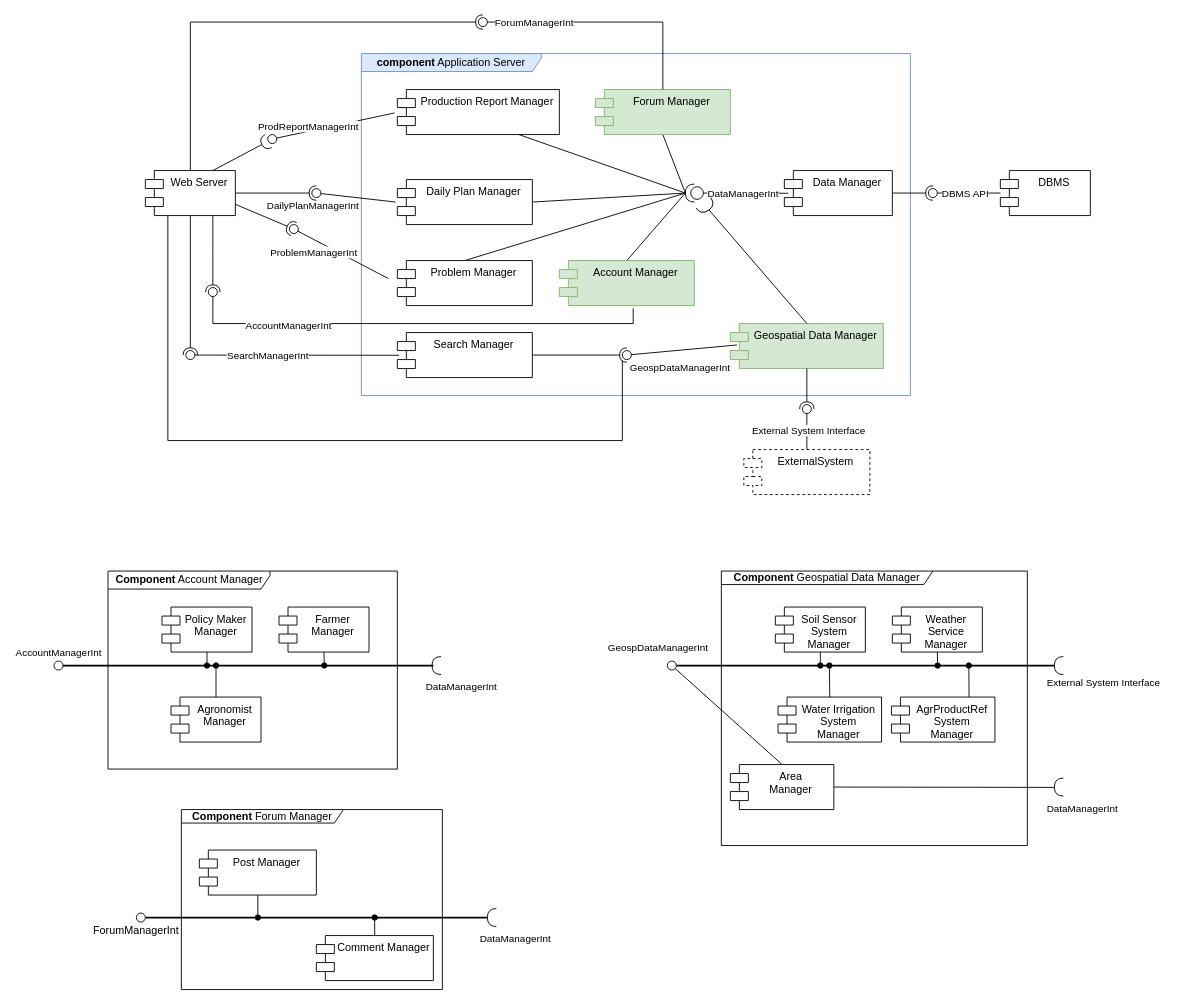
Above: page "Application Server" (2 of 4) of DD/diagrams/component.drawio in ictar/DREAM-SE2-Project-2022 (draw.io), before the change. Source tidied: cells renumbered, new cells numbered last; positions are measured from the earlier drawing's top-left corner, leaving out a move shared by most shapes. Both pictures are drawn from the tidied source at 90%, with x=0, y=0 at pixel (32, 17).
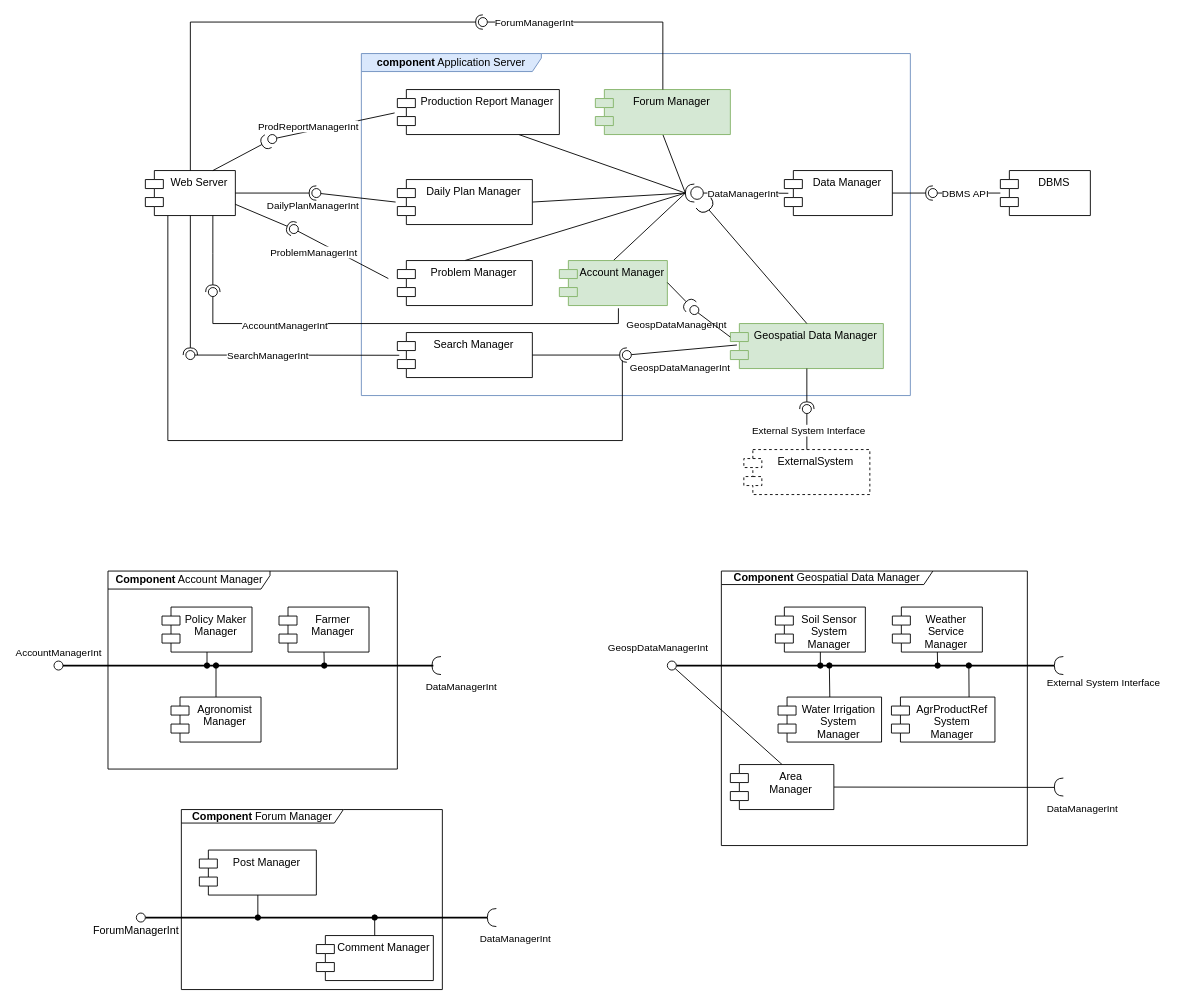
The same page after the edit.

The change refers to these unchanged cells:
```xml
<mxCell id="17" value="Geospatial Data Manager" style="shape=module;align=left;spacingLeft=20;align=center;verticalAlign=top;strokeColor=#82b366;fillColor=#d5e8d4;" parent="1" vertex="1">
  <mxGeometry x="776" y="340" width="170" height="50" as="geometry" />
</mxCell>
<mxCell id="41" style="ellipse;whiteSpace=wrap;html=1;align=center;points=[];outlineConnect=0;sketch=0;fontColor=#000000;strokeColor=default;" parent="1" vertex="1">
  <mxGeometry x="196" y="300" width="10" height="10" as="geometry" />
</mxCell>
```

What changed in the source:
```diff
@@
     <mxCell id="10" value="Account Manager" style="shape=module;align=left;spacingLeft=20;align=center;verticalAlign=top;strokeColor=#82b366;fillColor=#d5e8d4;" parent="1" vertex="1">
-      <mxGeometry x="586" y="270" width="150" height="50" as="geometry" />
+      <mxGeometry x="586" y="270" width="120" height="50" as="geometry" />
     </mxCell>
@@
     <mxCell id="38" style="rounded=0;jettySize=auto;html=1;endArrow=none;endFill=0;sketch=0;sourcePerimeterSpacing=0;targetPerimeterSpacing=0;fontColor=#000000;exitX=0.547;exitY=1.06;exitDx=0;exitDy=0;exitPerimeter=0;edgeStyle=orthogonalEdgeStyle;" parent="1" edge="1" source="10" target="41">
       <mxGeometry relative="1" as="geometry">
         <Array as="points">
-          <mxPoint x="668" y="340" />
+          <mxPoint x="652" y="340" />
           <mxPoint x="201" y="340" />
         </Array>
       </mxGeometry>
     </mxCell>
@@
+    <mxCell id="105" style="rounded=0;jettySize=auto;html=1;endArrow=none;endFill=0;sketch=0;targetPerimeterSpacing=0;fontColor=#000000;exitX=0.043;exitY=0.476;exitDx=0;exitDy=0;exitPerimeter=0;startArrow=none;" parent="1" edge="1" source="107">
+      <mxGeometry relative="1" as="geometry">
+        <mxPoint x="736" y="320" as="targetPoint" />
+      </mxGeometry>
+    </mxCell>
+    <mxCell id="106" value="GeospDataManagerInt" style="edgeLabel;html=1;align=center;verticalAlign=middle;fontColor=#000000;" parent="105" vertex="1">
+      <mxGeometry x="0.36" relative="1" as="geometry">
+        <mxPoint x="-19" y="19" as="offset" />
+      </mxGeometry>
+    </mxCell>
+    <mxCell id="107" style="ellipse;whiteSpace=wrap;html=1;align=center;points=[];outlineConnect=0;sketch=0;fontColor=#000000;strokeColor=default;" parent="1" vertex="1">
+      <mxGeometry x="731" y="320" width="10" height="10" as="geometry" />
+    </mxCell>
+    <mxCell id="108" style="rounded=0;jettySize=auto;html=1;endArrow=none;endFill=0;sketch=0;sourcePerimeterSpacing=0;fontColor=#000000;exitX=0;exitY=0;exitDx=0;exitDy=15;exitPerimeter=0;" parent="1" edge="1" source="17" target="107">
+      <mxGeometry relative="1" as="geometry" />
+    </mxCell>
+    <mxCell id="109" style="rounded=0;jettySize=auto;html=1;endArrow=halfCircle;endFill=0;endSize=6;strokeWidth=1;sketch=0;fontColor=#000000;exitX=1;exitY=0.5;exitDx=0;exitDy=0;" parent="1" edge="1" target="107">
+      <mxGeometry relative="1" as="geometry">
+        <mxPoint x="706" y="294.4" as="sourcePoint" />
+      </mxGeometry>
+    </mxCell>
```
